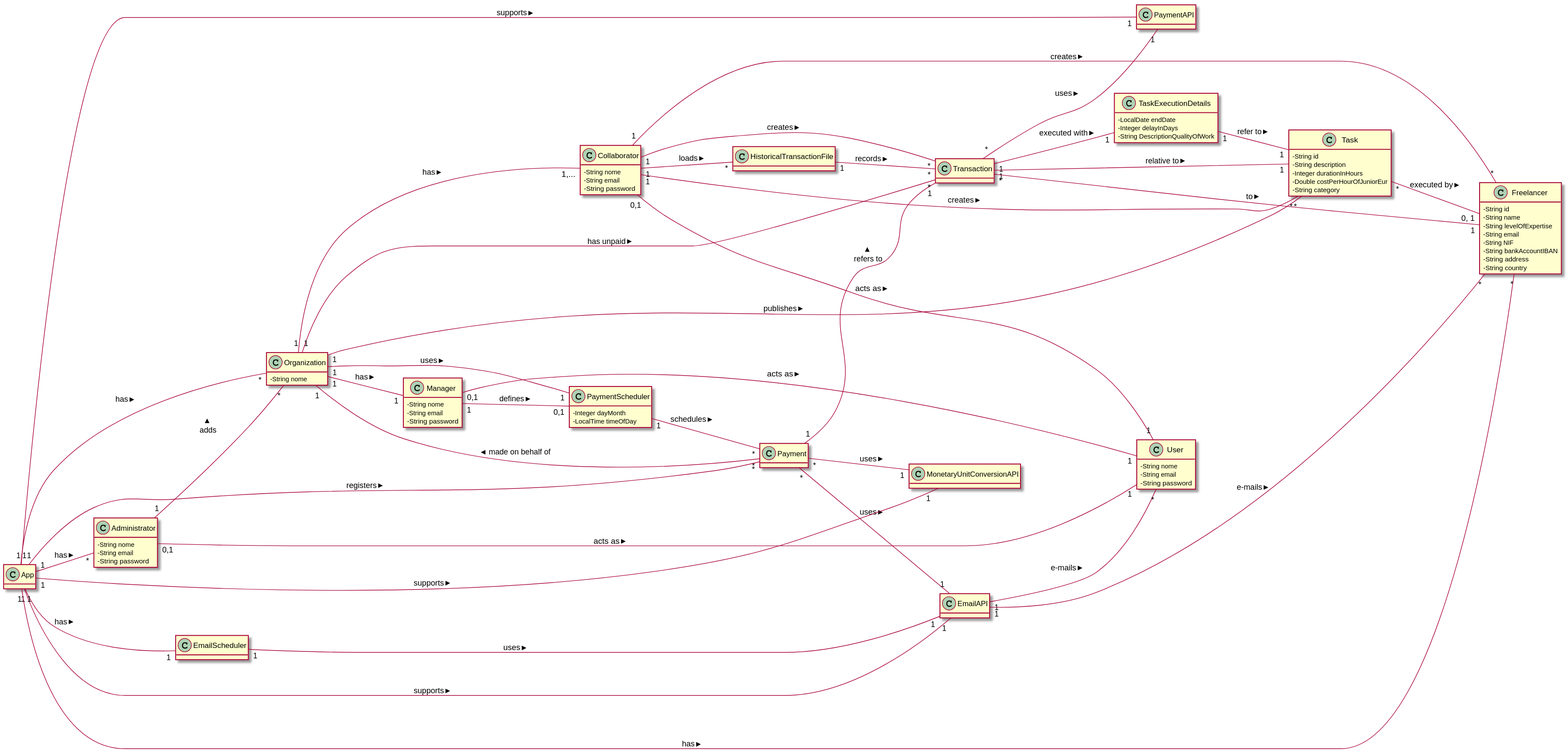
Earlier version of the PlantUML export docs/MD/MD.svg (botelho-io/lapr2-2020-g029).
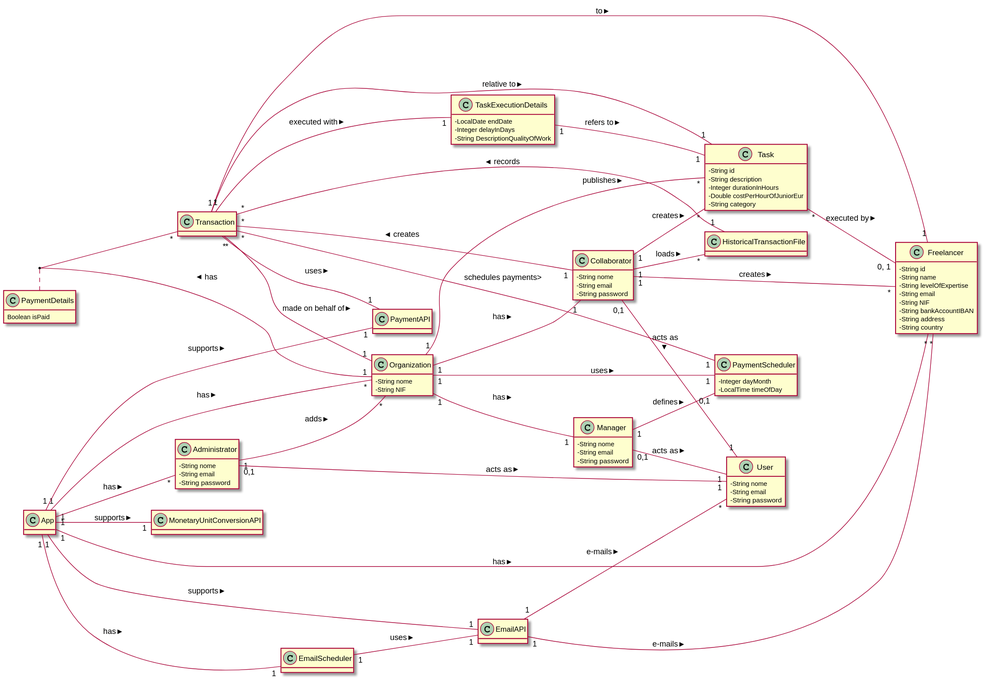
After the commit.

Diff of the diagram source:
```diff
@@ -3,6 +3,37 @@
 skinparam classAttributeIconSize 0
 hide methods
 left to right direction
+
+class App {
+
+}
+
+class Organization {
+        - String nome
+        - String NIF
+}
+
+class Transaction {
+
+}
+
+class Task {
+        - String id
+        - String description
+        - Integer durationInHours
+        - Double costPerHourOfJuniorEur
+        - String category
+}
+
+class PaymentDetails {
+        Boolean isPaid
+}
+
+class TaskExecutionDetails {
+        - LocalDate endDate
+        - Integer delayInDays
+        - String DescriptionQualityOfWork
+}
 
 class Collaborator {
         - String nome
@@ -16,16 +47,6 @@
         - String password
 }
 
-class Transaction {
-
-}
-
-class TaskExecutionDetails {
-        - LocalDate endDate
-        - Integer delayInDays
-        - String DescriptionQualityOfWork
-}
-
 class HistoricalTransactionFile {
 
 }
@@ -33,22 +54,6 @@
 class PaymentScheduler {
         - Integer dayMonth
         - LocalTime timeOfDay
-}
-
-class Organization {
-        - String nome
-}
-
-class Task {
-        - String id
-        - String description
-        - Integer durationInHours
-        - Double costPerHourOfJuniorEur
-        - String category
-}
-
-class App {
-
 }
 
 class Administrator {
@@ -78,35 +83,31 @@
         - String country
 }
 
-Collaborator                  "1" -- "*"      Transaction               : creates >
-Collaborator                  "1" -- "*"      Task                      : creates >
-Collaborator                  "1" -- "*"      Freelancer                : creates >
-Collaborator                  "1" -- "*"      HistoricalTransactionFile : loads >
-Collaborator                "0,1" -- "1"      User                      : acts as >
+Collaborator                 "1" -- "*"      Transaction               : creates >
+Collaborator                 "1" -- "*"      Task                      : creates >
+Collaborator                 "1" -- "*"      Freelancer                : creates >
+Collaborator                 "1" -- "*"      HistoricalTransactionFile : loads >
+Collaborator               "0,1" -- "1"      User                      : acts as >
 Manager                      "1" -- "0,1"    PaymentScheduler          : defines >
 Manager                    "0,1" -- "1"      User                      : acts as >
-Payment                      "1" -- "1"      Transaction               : refers to >
-Payment                      "*" -- "1"      EmailAPI                  : uses >
-Payment                      "*" -- "1"      MonetaryUnitConversionAPI : uses >
-Payment                      "*" -- "1"     Organization              : made on behalf of >
 Transaction                  "1" -- "1"      Task                      : relative to >
-Transaction                  "1" -- "1"      TaskExecutionDetails      : executed with >
 Transaction                  "*" -- "1"      Freelancer                : to >
 Transaction                  "*" -- "1"      PaymentAPI                : uses >
-TaskExecutionDetails         "1" -- "1"      Task                      : refer to >
+Transaction                  "*" -- "1"      Organization              : made on behalf of >
+Transaction                  "1" -- "1"      TaskExecutionDetails      : executed with >
+TaskExecutionDetails         "1" -- "1"      Task                      : refers to >
 HistoricalTransactionFile    "1" -- "*"      Transaction               : records >
-PaymentScheduler             "1" -- "*"      Payment                   : schedules >
-Organization                 "1" -- "1,..."  Collaborator               : has >
+PaymentScheduler             "1" -- "*"      Transaction               : schedules payments>
+Organization                 "1" -- "1"      Collaborator              : has >
 Organization                 "1" -- "1"      Manager                   : has >
 Organization                 "1" -- "1"      PaymentScheduler          : uses >
 Organization                 "1" -- "*"      Task                      : publishes >
-Organization                 "1" -- "*"      Transaction               : has unpaid >
+Organization                 "1" -- "*"      Transaction               : has >
 Task                         "*" -- "0, 1"   Freelancer                : executed by >
 App                          "1" -- "1"      MonetaryUnitConversionAPI : supports >
 App                          "1" -- "*"      Organization              : has >
 App                          "1" -- "1"      EmailAPI                  : supports >
 App                          "1" -- "1"      PaymentAPI                : supports >
-App                          "1" -- "*"      Payment                   : registers >
 App                          "1" -- "*"      Administrator             : has >
 App                          "1" -- "*"      Freelancer                : has >
 App                          "1" -- "1"      EmailScheduler            : has >
@@ -115,5 +116,6 @@
 Administrator              "0,1" -- "1"      User                      : acts as >
 EmailAPI                     "1" -- "*"      User                      : e-mails >
 EmailAPI                     "1" -- "*"      Freelancer                : e-mails >
+(Organization, Transaction)      ..          PaymentDetails
 
 @enduml
```
